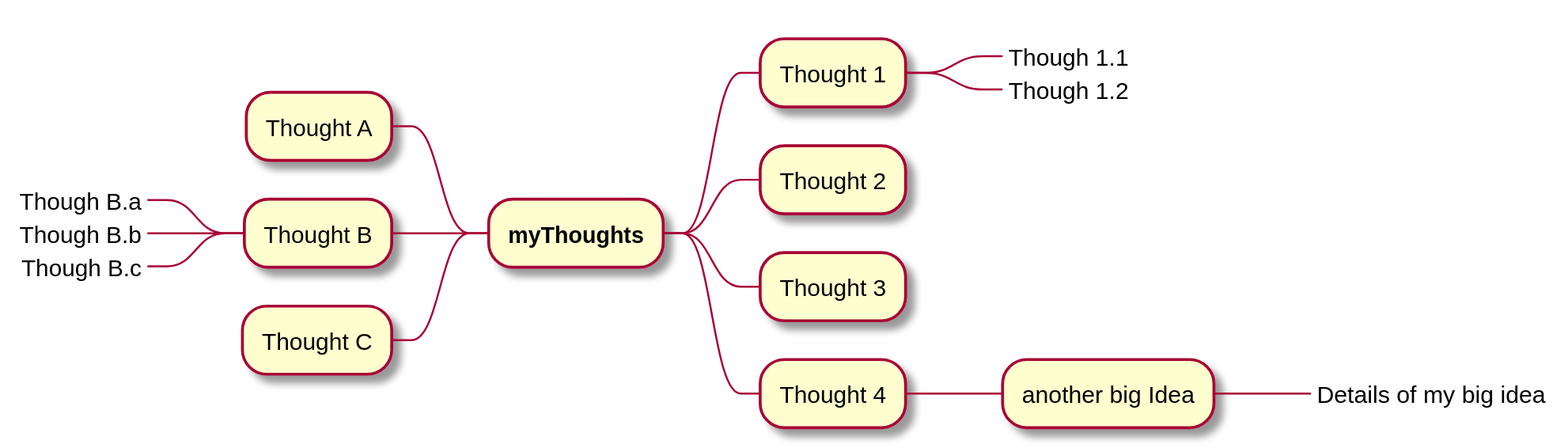
Above: docs/images/largemindmap.svg in docToolchain/docs-as-co.de (PlantUML), before the change. Source of this version:
```plantuml
@startmindmap

+ **myThoughts**
++ Thought 1
+++_ Though 1.1
+++_ Though 1.2
++ Thought 2
++ Thought 3
++ Thought 4
+++ another big Idea
++++_ Details of my big idea

-- Thought A
-- Thought B
---_ Though B.a
---_ Though B.b
---_ Though B.c
-- Thought C

@endmindmap
```
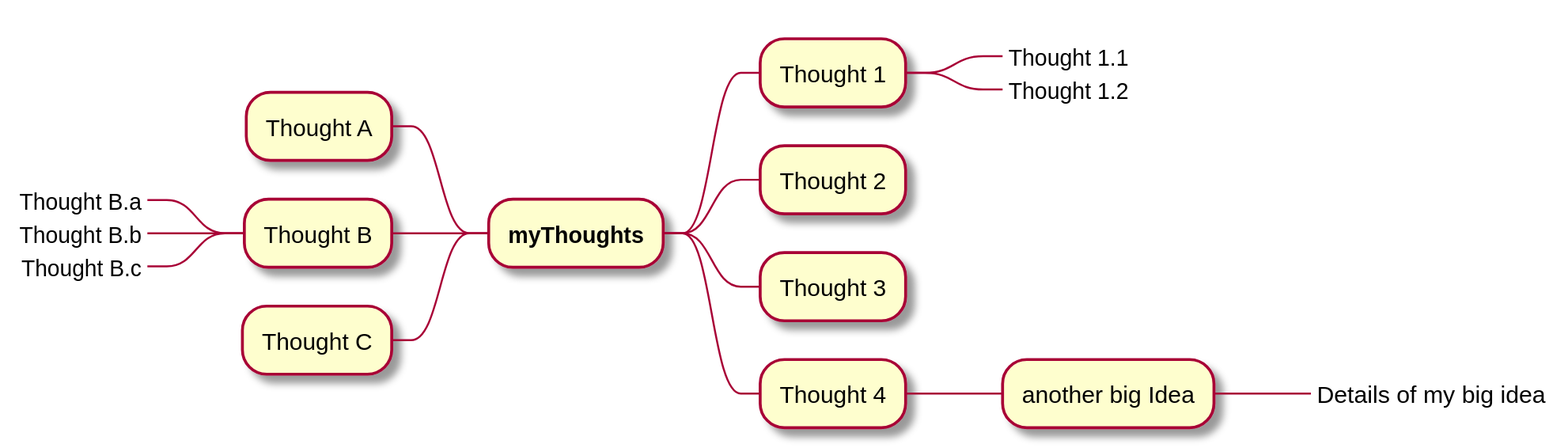
The same diagram one commit later.

Commit message:
fixing spelling of "thought" in plantuml and SVGs

What changed in the source:
```diff
@@ -2,8 +2,8 @@
 
 + **myThoughts**
 ++ Thought 1
-+++_ Though 1.1
-+++_ Though 1.2
++++_ Thought 1.1
++++_ Thought 1.2
 ++ Thought 2
 ++ Thought 3
 ++ Thought 4
@@ -12,9 +12,9 @@
 
 -- Thought A
 -- Thought B
----_ Though B.a
----_ Though B.b
----_ Though B.c
+---_ Thought B.a
+---_ Thought B.b
+---_ Thought B.c
 -- Thought C
 
 @endmindmap
```
